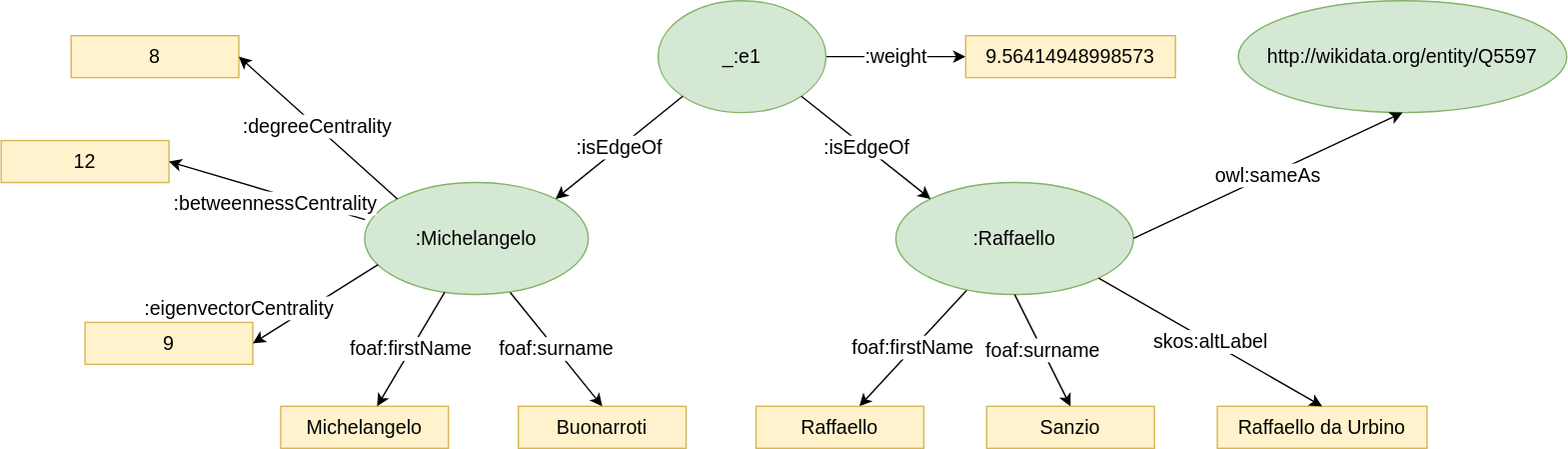
Before: docs/vasari-kg.svg, a diagram exported from draw.io (ISE-FIZKarlsruhe/vasari_network). Source tidied: cells renumbered, new cells last; positions are measured from the earlier drawing's top-left corner, leaving out a move shared by most shapes.
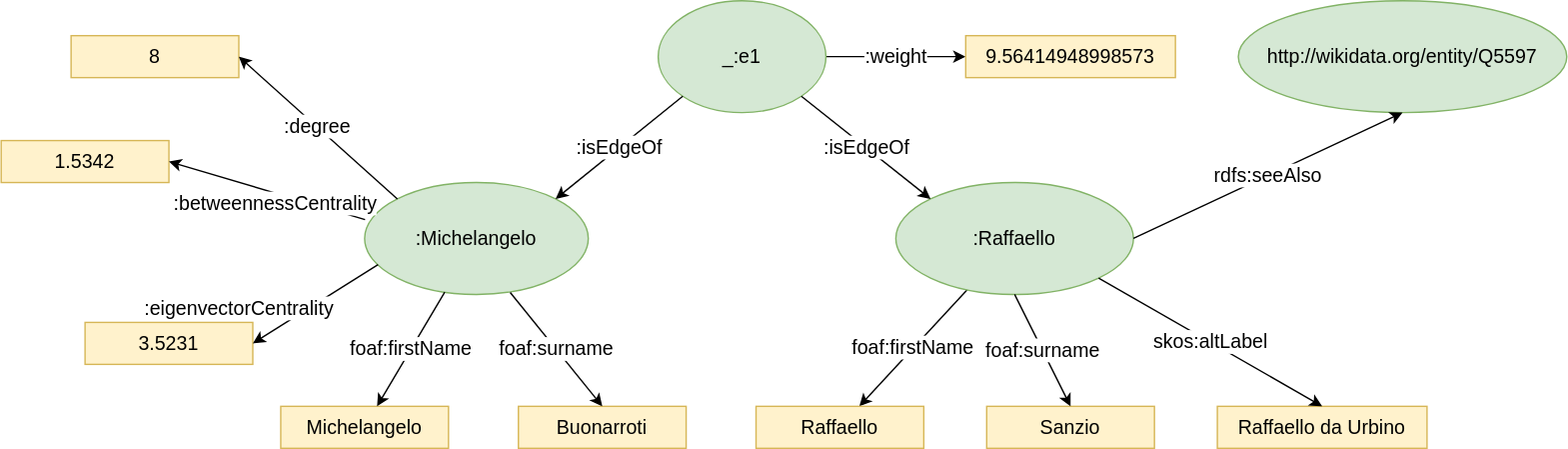
After the commit.

Commit message:
data model image updated

What changed in the source:
```diff
@@ -35,10 +35,10 @@
     <mxCell id="12" value="9.56414948998573" style="rounded=0;whiteSpace=wrap;html=1;fontSize=14;fillColor=#fff2cc;strokeColor=#d6b656;" parent="1" vertex="1">
       <mxGeometry x="690" y="25" width="150" height="30" as="geometry" />
     </mxCell>
-    <mxCell id="13" value="12" style="rounded=0;whiteSpace=wrap;html=1;fontSize=14;fillColor=#fff2cc;strokeColor=#d6b656;" parent="1" vertex="1">
+    <mxCell id="13" value="1.5342" style="rounded=0;whiteSpace=wrap;html=1;fontSize=14;fillColor=#fff2cc;strokeColor=#d6b656;" parent="1" vertex="1">
       <mxGeometry y="100" width="120" height="30" as="geometry" />
     </mxCell>
-    <mxCell id="14" value="9" style="rounded=0;whiteSpace=wrap;html=1;fontSize=14;fillColor=#fff2cc;strokeColor=#d6b656;" parent="1" vertex="1">
+    <mxCell id="14" value="3.5231" style="rounded=0;whiteSpace=wrap;html=1;fontSize=14;fillColor=#fff2cc;strokeColor=#d6b656;" parent="1" vertex="1">
       <mxGeometry x="60" y="230" width="120" height="30" as="geometry" />
     </mxCell>
     <mxCell id="15" value="8" style="rounded=0;whiteSpace=wrap;html=1;fontSize=14;fillColor=#fff2cc;strokeColor=#d6b656;" parent="1" vertex="1">
@@ -47,7 +47,7 @@
     <mxCell id="16" value="http://wikidata.org/entity/Q5597" style="ellipse;whiteSpace=wrap;html=1;fillColor=#d5e8d4;strokeColor=#82b366;fontSize=14;" parent="1" vertex="1">
       <mxGeometry x="885" width="235" height="80" as="geometry" />
     </mxCell>
-    <mxCell id="17" value="&lt;font style=&quot;font-size: 14px;&quot;&gt;owl:sameAs&lt;/font&gt;" style="endArrow=classic;html=1;rounded=0;exitX=1;exitY=0.5;exitDx=0;exitDy=0;entryX=0.5;entryY=1;entryDx=0;entryDy=0;" parent="1" edge="1" source="3" target="16">
+    <mxCell id="17" value="&lt;font style=&quot;font-size: 14px;&quot;&gt;rdfs:seeAlso&lt;/font&gt;" style="endArrow=classic;html=1;rounded=0;exitX=1;exitY=0.5;exitDx=0;exitDy=0;entryX=0.5;entryY=1;entryDx=0;entryDy=0;" parent="1" edge="1" source="3" target="16">
       <mxGeometry relative="1" as="geometry" />
     </mxCell>
     <mxCell id="18" style="group;" parent="1" vertex="1">
@@ -71,7 +71,7 @@
     <mxCell id="24" value=":isEdgeOf" style="endArrow=classic;html=1;rounded=0;exitX=0;exitY=1;exitDx=0;exitDy=0;entryX=1;entryY=0;entryDx=0;entryDy=0;fontSize=14;" parent="18" edge="1" source="10" target="19">
       <mxGeometry x="-0.01" relative="1" as="geometry" />
     </mxCell>
-    <mxCell id="25" value=":degreeCentrality" style="endArrow=classic;html=1;rounded=0;exitX=0;exitY=0;exitDx=0;exitDy=0;entryX=1;entryY=0.5;entryDx=0;entryDy=0;fontSize=14;" parent="18" edge="1" source="19" target="15">
+    <mxCell id="25" value=":degree" style="endArrow=classic;html=1;rounded=0;exitX=0;exitY=0;exitDx=0;exitDy=0;entryX=1;entryY=0.5;entryDx=0;entryDy=0;fontSize=14;" parent="18" edge="1" source="19" target="15">
       <mxGeometry x="0.01" relative="1" as="geometry" />
     </mxCell>
     <mxCell id="26" value=":betweennessCentrality" style="endArrow=classic;html=1;rounded=0;exitX=0.002;exitY=0.331;exitDx=0;exitDy=0;entryX=1;entryY=0.5;entryDx=0;entryDy=0;fontSize=14;exitPerimeter=0;" parent="18" edge="1" source="19" target="13">
```
